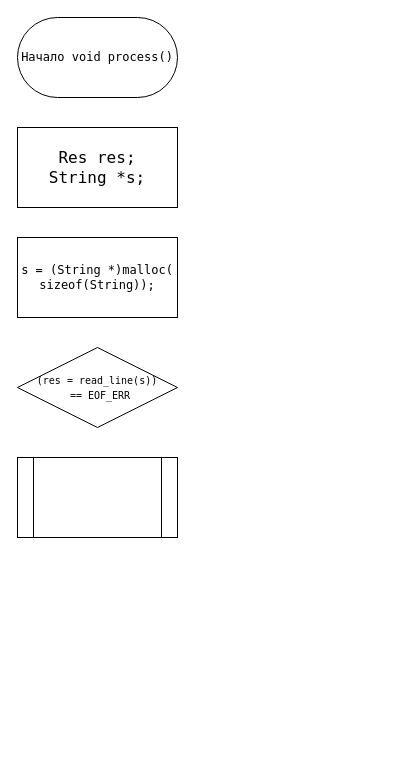
molchanov71/MEPhIflowcharts keeps this draw.io diagram as lab6/flowchart.drawio. Above is the earlier version. Source tidied: cells renumbered, new cells numbered last; positions are measured from the earlier drawing's top-left corner, leaving out a move shared by most shapes. Both pictures are drawn from the tidied source at 100%, with x=0, y=0 at pixel (17, 17).
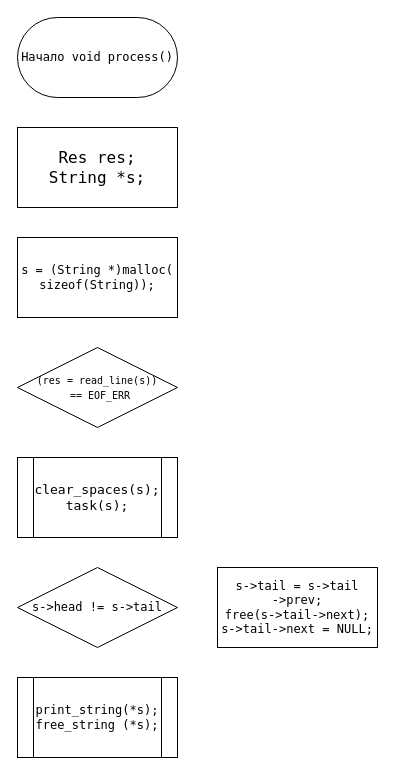
After the change.

Commit message (it also covers changes not shown here):
Обновление lab6/flowchart.drawio

The edit, as a diff of the source:
```diff
@@
 <mxGraphModel>
   <root>
     <mxCell id="0" />
     <mxCell id="1" parent="0" />
     <mxCell id="2" value="&lt;font face=&quot;Lucida Console&quot;&gt;Начало void process()&lt;/font&gt;" style="rounded=1;whiteSpace=wrap;html=1;arcSize=50;" parent="1" vertex="1">
       <mxGeometry width="160" height="80" as="geometry" />
     </mxCell>
     <mxCell id="3" value="&lt;font style=&quot;font-size: 16px;&quot; face=&quot;Lucida Console&quot;&gt;Res res;&lt;/font&gt;&lt;div&gt;&lt;font style=&quot;font-size: 16px;&quot; face=&quot;Lucida Console&quot;&gt;String *s;&lt;/font&gt;&lt;/div&gt;" style="rounded=0;whiteSpace=wrap;html=1;strokeColor=default;align=center;verticalAlign=middle;arcSize=50;fontFamily=Helvetica;fontSize=12;fontColor=default;fillColor=default;" parent="1" vertex="1">
       <mxGeometry y="110" width="160" height="80" as="geometry" />
     </mxCell>
     <mxCell id="4" value="&lt;font face=&quot;Lucida Console&quot;&gt;s = (String *)malloc(&lt;br&gt;sizeof(String));&lt;/font&gt;" style="rounded=0;whiteSpace=wrap;html=1;strokeColor=default;align=center;verticalAlign=middle;arcSize=50;fontFamily=Helvetica;fontSize=12;fontColor=default;fillColor=default;" parent="1" vertex="1">
       <mxGeometry y="220" width="160" height="80" as="geometry" />
     </mxCell>
     <mxCell id="5" value="&lt;font style=&quot;font-size: 10px;&quot; face=&quot;Lucida Console&quot;&gt;(res = read_line(s))&lt;br&gt;&amp;nbsp;== EOF_ERR&lt;/font&gt;" style="rhombus;whiteSpace=wrap;html=1;rounded=0;strokeColor=default;align=center;verticalAlign=middle;arcSize=50;fontFamily=Helvetica;fontSize=12;fontColor=default;fillColor=default;" parent="1" vertex="1">
       <mxGeometry y="330" width="160" height="80" as="geometry" />
     </mxCell>
-    <mxCell id="6" style="shape=process;whiteSpace=wrap;html=1;backgroundOutline=1;rounded=0;strokeColor=default;align=center;verticalAlign=middle;arcSize=50;fontFamily=Helvetica;fontSize=12;fontColor=default;fillColor=default;" parent="1" vertex="1">
+    <mxCell id="6" value="&lt;font style=&quot;font-size: 13px;&quot; face=&quot;Lucida Console&quot;&gt;clear_spaces(s);&lt;br&gt;task(s);&lt;/font&gt;" style="shape=process;whiteSpace=wrap;html=1;backgroundOutline=1;rounded=0;strokeColor=default;align=center;verticalAlign=middle;arcSize=50;fontFamily=Helvetica;fontSize=12;fontColor=default;fillColor=default;" parent="1" vertex="1">
       <mxGeometry y="440" width="160" height="80" as="geometry" />
     </mxCell>
+    <mxCell id="7" value="&lt;font face=&quot;Lucida Console&quot;&gt;s-&amp;gt;head != s-&amp;gt;tail&lt;/font&gt;" style="rhombus;whiteSpace=wrap;html=1;rounded=0;strokeColor=default;align=center;verticalAlign=middle;arcSize=50;fontFamily=Helvetica;fontSize=12;fontColor=default;fillColor=default;" parent="1" vertex="1">
+      <mxGeometry y="550" width="160" height="80" as="geometry" />
+    </mxCell>
+    <mxCell id="8" value="&lt;font face=&quot;Lucida Console&quot;&gt;s-&amp;gt;tail = s-&amp;gt;tail&lt;br&gt;-&amp;gt;prev;&lt;br&gt;free(s-&amp;gt;tail-&amp;gt;next);&lt;br&gt;s-&amp;gt;tail-&amp;gt;next = NULL;&lt;/font&gt;" style="rounded=0;whiteSpace=wrap;html=1;strokeColor=default;align=center;verticalAlign=middle;arcSize=50;fontFamily=Helvetica;fontSize=12;fontColor=default;fillColor=default;" parent="1" vertex="1">
+      <mxGeometry x="200" y="550" width="160" height="80" as="geometry" />
+    </mxCell>
+    <mxCell id="9" value="&lt;font face=&quot;Lucida Console&quot;&gt;print_string(*s);&lt;br&gt;free_string (*s);&lt;/font&gt;" style="shape=process;whiteSpace=wrap;html=1;backgroundOutline=1;rounded=0;strokeColor=default;align=center;verticalAlign=middle;arcSize=50;fontFamily=Helvetica;fontSize=12;fontColor=default;fillColor=default;" parent="1" vertex="1">
+      <mxGeometry y="660" width="160" height="80" as="geometry" />
+    </mxCell>
   </root>
 </mxGraphModel>
```
